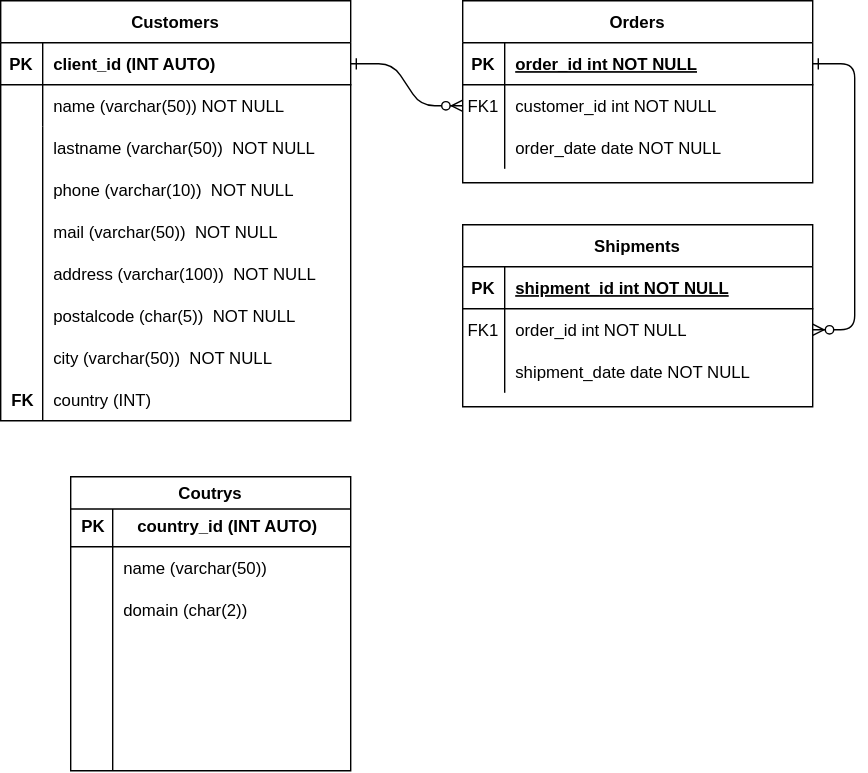
The draw.io diagram src/bdt.drawio.svg in Darkyxz/n64, before a commit. Source tidied: cells renumbered, new cells last; positions are measured from the earlier drawing's top-left corner, leaving out a move shared by most shapes.
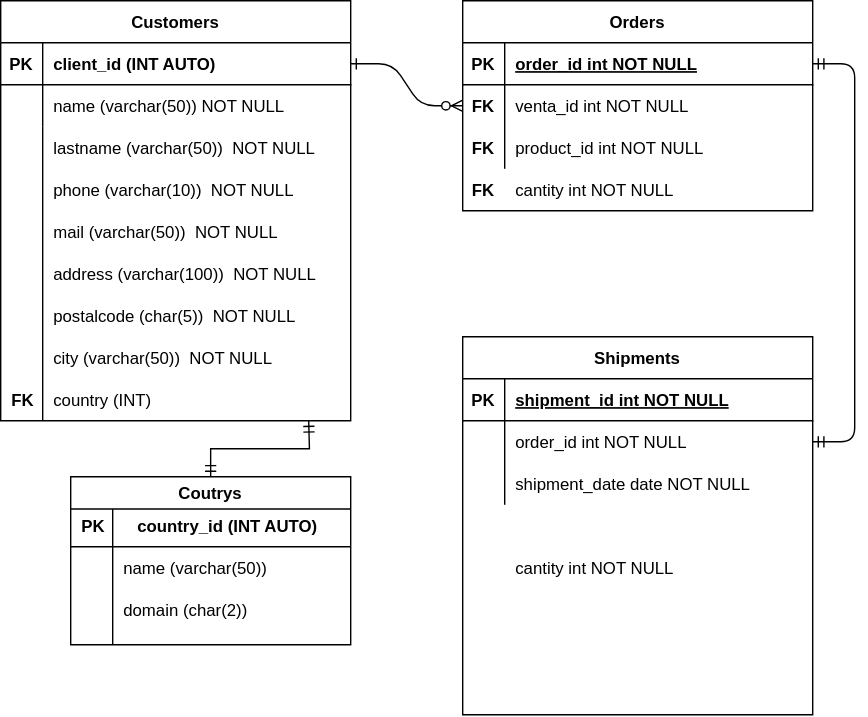
After the change.

What changed in the source:
```diff
@@ -5,11 +5,11 @@
     <mxCell id="2" style="edgeStyle=entityRelationEdgeStyle;endArrow=ERzeroToMany;startArrow=ERone;endFill=1;startFill=0;" parent="1" edge="1" source="25" target="8">
       <mxGeometry relative="1" as="geometry" />
     </mxCell>
-    <mxCell id="3" style="edgeStyle=entityRelationEdgeStyle;endArrow=ERzeroToMany;startArrow=ERone;endFill=1;startFill=0;" parent="1" edge="1" source="5" target="18">
+    <mxCell id="3" style="edgeStyle=entityRelationEdgeStyle;endArrow=ERmandOne;startArrow=ERmandOne;endFill=0;startFill=0;rounded=1;" parent="1" edge="1" source="5" target="18">
       <mxGeometry relative="1" as="geometry" />
     </mxCell>
     <mxCell id="4" value="Orders" style="shape=table;startSize=30;rowLines=0;fontStyle=1;align=center;" parent="1" vertex="1">
-      <mxGeometry x="330" width="250" height="130" as="geometry" />
+      <mxGeometry x="330" width="250" height="150" as="geometry" />
     </mxCell>
     <mxCell id="5" style="shape=partialRectangle;fillColor=none;points=[[0,0.5],[1,0.5]];portConstraint=eastwest;top=0;left=0;right=0;bottom=1;" parent="4" vertex="1">
       <mxGeometry y="30" width="250" height="30" as="geometry" />
@@ -23,10 +23,10 @@
     <mxCell id="8" style="shape=partialRectangle;fillColor=none;points=[[0,0.5],[1,0.5]];portConstraint=eastwest;top=0;left=0;right=0;bottom=0;" parent="4" vertex="1">
       <mxGeometry y="60" width="250" height="30" as="geometry" />
     </mxCell>
-    <mxCell id="9" value="FK1" style="shape=partialRectangle;overflow=hidden;fillColor=none;top=0;left=0;bottom=0;right=0;" parent="8" vertex="1">
+    <mxCell id="9" value="FK" style="shape=partialRectangle;overflow=hidden;fillColor=none;top=0;left=0;bottom=0;right=0;fontStyle=1;" parent="8" vertex="1">
       <mxGeometry width="30" height="30" as="geometry" />
     </mxCell>
-    <mxCell id="10" value="customer_id int NOT NULL" style="shape=partialRectangle;overflow=hidden;fillColor=none;top=0;left=0;bottom=0;right=0;align=left;spacingLeft=6;" parent="8" vertex="1">
+    <mxCell id="10" value="venta_id int NOT NULL" style="shape=partialRectangle;overflow=hidden;fillColor=none;top=0;left=0;bottom=0;right=0;align=left;spacingLeft=6;" parent="8" vertex="1">
       <mxGeometry x="30" width="220" height="30" as="geometry" />
     </mxCell>
     <mxCell id="11" style="shape=partialRectangle;fillColor=none;top=0;left=0;right=0;bottom=0;" parent="4" vertex="1">
@@ -35,11 +35,11 @@
     <mxCell id="12" style="shape=partialRectangle;overflow=hidden;fillColor=none;top=0;left=0;bottom=0;right=0;" parent="11" vertex="1">
       <mxGeometry width="30" height="30" as="geometry" />
     </mxCell>
-    <mxCell id="13" value="order_date date NOT NULL" style="shape=partialRectangle;overflow=hidden;fillColor=none;top=0;left=0;bottom=0;right=0;align=left;spacingLeft=6;" parent="11" vertex="1">
+    <mxCell id="13" value="product_id int NOT NULL" style="shape=partialRectangle;overflow=hidden;fillColor=none;top=0;left=0;bottom=0;right=0;align=left;spacingLeft=6;" parent="11" vertex="1">
       <mxGeometry x="30" width="220" height="30" as="geometry" />
     </mxCell>
     <mxCell id="14" value="Shipments" style="shape=table;startSize=30;rowLines=0;fontStyle=1;align=center;" parent="1" vertex="1">
-      <mxGeometry x="330" y="160" width="250" height="130" as="geometry" />
+      <mxGeometry x="330" y="240" width="250" height="270" as="geometry" />
     </mxCell>
     <mxCell id="15" style="shape=partialRectangle;fillColor=none;top=0;left=0;right=0;bottom=1;" parent="14" vertex="1">
       <mxGeometry y="30" width="250" height="30" as="geometry" />
@@ -53,7 +53,7 @@
     <mxCell id="18" style="shape=partialRectangle;fillColor=none;points=[[0,0.5],[1,0.5]];portConstraint=eastwest;top=0;left=0;right=0;bottom=0;" parent="14" vertex="1">
       <mxGeometry y="60" width="250" height="30" as="geometry" />
     </mxCell>
-    <mxCell id="19" value="FK1" style="shape=partialRectangle;overflow=hidden;fillColor=none;top=0;left=0;bottom=0;right=0;" parent="18" vertex="1">
+    <mxCell id="19" style="shape=partialRectangle;overflow=hidden;fillColor=none;top=0;left=0;bottom=0;right=0;" parent="18" vertex="1">
       <mxGeometry width="30" height="30" as="geometry" />
     </mxCell>
     <mxCell id="20" value="order_id int NOT NULL" style="shape=partialRectangle;overflow=hidden;fillColor=none;top=0;left=0;bottom=0;right=0;align=left;spacingLeft=6;" parent="18" vertex="1">
@@ -119,8 +119,13 @@
     <mxCell id="39" value="FK" style="shape=partialRectangle;overflow=hidden;fillColor=none;top=0;left=0;bottom=0;right=0;align=left;spacingLeft=6;fontStyle=1;" parent="1" vertex="1">
       <mxGeometry y="270" width="30" height="30" as="geometry" />
     </mxCell>
+    <mxCell id="47" style="edgeStyle=orthogonalEdgeStyle;rounded=0;jettySize=auto;html=1;endArrow=ERmandOne;endFill=0;startArrow=ERmandOne;startFill=0;elbow=vertical;" parent="1" edge="1" source="40">
+      <mxGeometry relative="1" as="geometry">
+        <mxPoint x="220" y="300" as="targetPoint" />
+      </mxGeometry>
+    </mxCell>
     <mxCell id="40" value="Coutrys" style="swimlane;" parent="1" vertex="1">
-      <mxGeometry x="50" y="340" width="200" height="210" as="geometry" />
+      <mxGeometry x="50" y="340" width="200" height="120" as="geometry" />
     </mxCell>
     <mxCell id="41" style="endArrow=none;html=1;rounded=0;" parent="40" edge="1">
       <mxGeometry relative="1" as="geometry">
@@ -131,7 +136,7 @@
     <mxCell id="42" style="endArrow=none;html=1;rounded=0;" parent="40" edge="1">
       <mxGeometry relative="1" as="geometry">
         <mxPoint x="30" y="23" as="sourcePoint" />
-        <mxPoint x="30" y="210" as="targetPoint" />
+        <mxPoint x="30" y="120" as="targetPoint" />
       </mxGeometry>
     </mxCell>
     <mxCell id="43" value="PK" style="shape=partialRectangle;overflow=hidden;fillColor=none;top=0;left=0;bottom=0;right=0;align=left;spacingLeft=6;fontStyle=1;" parent="40" vertex="1">
@@ -146,5 +151,27 @@
     <mxCell id="46" value="domain (char(2)) " style="shape=partialRectangle;overflow=hidden;fillColor=none;top=0;left=0;bottom=0;right=0;align=left;spacingLeft=6;" parent="40" vertex="1">
       <mxGeometry x="30" y="80" width="120" height="30" as="geometry" />
     </mxCell>
+    <mxCell id="48" style="endArrow=ERzeroToMany;startArrow=ERone;endFill=1;startFill=0;strokeColor=none;edgeStyle=orthogonalEdgeStyle;" parent="1" edge="1">
+      <mxGeometry relative="1" as="geometry">
+        <mxPoint x="320" y="220" as="sourcePoint" />
+        <mxPoint x="250" y="380" as="targetPoint" />
+        <Array as="points">
+          <mxPoint x="300" y="220" />
+          <mxPoint x="300" y="380" />
+        </Array>
+      </mxGeometry>
+    </mxCell>
+    <mxCell id="49" value="cantity int NOT NULL" style="shape=partialRectangle;overflow=hidden;fillColor=none;top=0;left=0;bottom=0;right=0;align=left;spacingLeft=6;" parent="1" vertex="1">
+      <mxGeometry x="360" y="120" width="220" height="30" as="geometry" />
+    </mxCell>
+    <mxCell id="50" value="FK" style="shape=partialRectangle;overflow=hidden;fillColor=none;top=0;left=0;bottom=0;right=0;fontStyle=1;" parent="1" vertex="1">
+      <mxGeometry x="330" y="90" width="30" height="30" as="geometry" />
+    </mxCell>
+    <mxCell id="51" value="FK" style="shape=partialRectangle;overflow=hidden;fillColor=none;top=0;left=0;bottom=0;right=0;fontStyle=1;" parent="1" vertex="1">
+      <mxGeometry x="330" y="120" width="30" height="30" as="geometry" />
+    </mxCell>
+    <mxCell id="52" value="cantity int NOT NULL" style="shape=partialRectangle;overflow=hidden;fillColor=none;top=0;left=0;bottom=0;right=0;align=left;spacingLeft=6;" parent="1" vertex="1">
+      <mxGeometry x="360" y="390" width="220" height="30" as="geometry" />
+    </mxCell>
   </root>
 </mxGraphModel>
```
